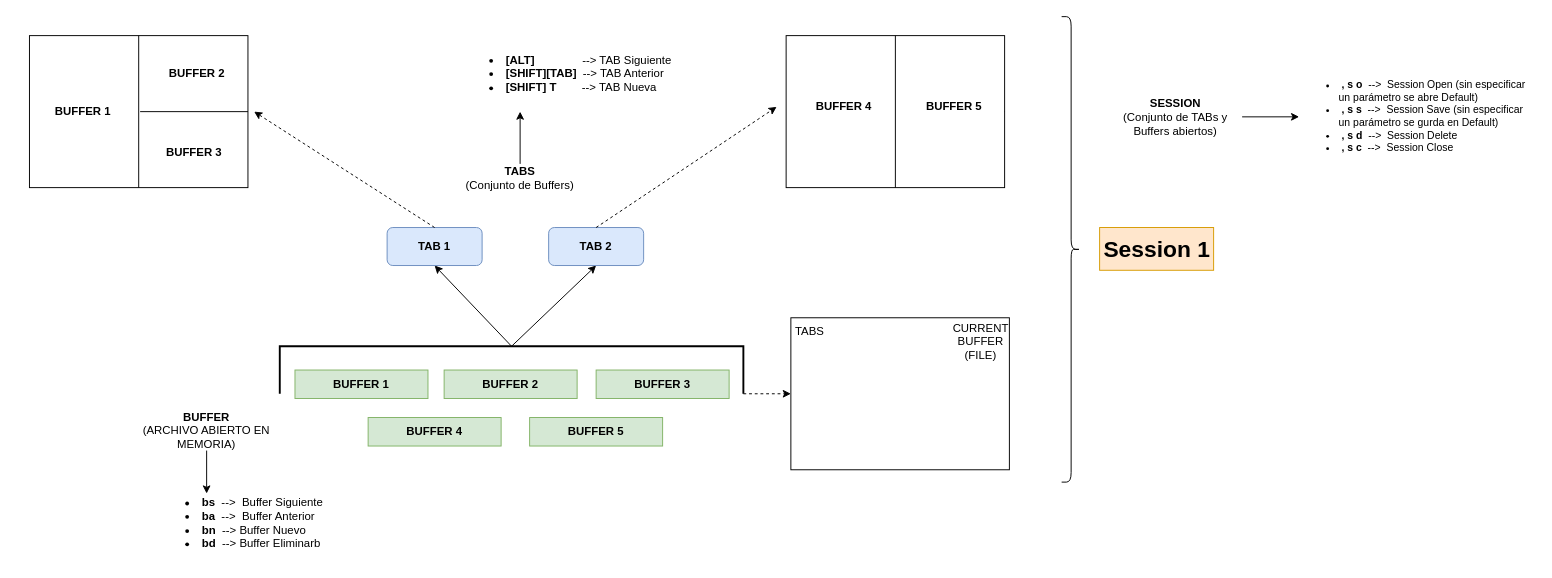
Earlier version of the draw.io diagram Documentacion/VIM Buffs Tabs Sessions Cuadro Conseptual.drawio (Ezee1015/My_VIM_Customization). Source tidied: cells renumbered, new cells numbered last; positions are measured from the earlier drawing's top-left corner, leaving out a move shared by most shapes. Both pictures are drawn from the tidied source at 95%, with x=0, y=0 at pixel (16, 16).
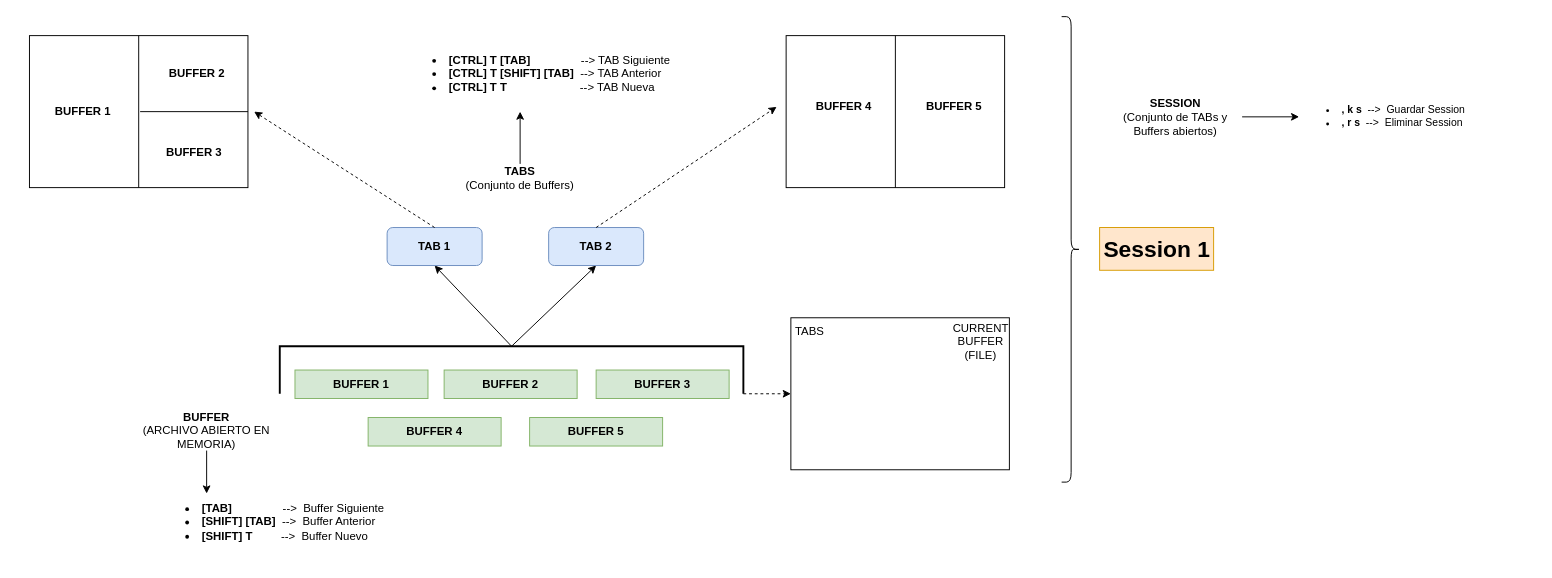
The same page after the edit.

Diff of the diagram source:
```diff
@@
-    <mxCell id="32" value="&lt;ul&gt;&lt;li&gt;&lt;b&gt;&amp;nbsp;bs&lt;/b&gt;&amp;nbsp; --&amp;gt;&amp;nbsp; Buffer Siguiente&lt;br&gt;&lt;/li&gt;&lt;li&gt;&lt;b&gt;&amp;nbsp;ba&lt;/b&gt;&amp;nbsp; --&amp;gt;&amp;nbsp; Buffer Anterior&lt;br&gt;&lt;/li&gt;&lt;li&gt;&lt;b&gt;&amp;nbsp;bn&lt;/b&gt;&amp;nbsp; --&amp;gt; Buffer Nuevo&lt;br&gt;&lt;/li&gt;&lt;li&gt;&lt;b&gt;&amp;nbsp;bd&lt;/b&gt;&amp;nbsp; --&amp;gt; Buffer Eliminarb&lt;br&gt;&lt;/li&gt;&lt;/ul&gt;" style="text;strokeColor=none;fillColor=none;html=1;whiteSpace=wrap;verticalAlign=middle;overflow=hidden;" parent="1" vertex="1">
+    <mxCell id="32" value="&lt;ul&gt;&lt;li&gt;&lt;b&gt;&amp;nbsp;[TAB]&lt;/b&gt;&amp;nbsp;&amp;nbsp;&amp;nbsp;&amp;nbsp;&amp;nbsp;&amp;nbsp;&amp;nbsp;&amp;nbsp;&amp;nbsp;&amp;nbsp;&amp;nbsp;&amp;nbsp;&amp;nbsp;&amp;nbsp;&amp;nbsp; --&amp;gt;&amp;nbsp; Buffer Siguiente&lt;br&gt;&lt;/li&gt;&lt;li&gt;&lt;b&gt;&amp;nbsp;[SHIFT] [TAB]&lt;/b&gt;&amp;nbsp; --&amp;gt;&amp;nbsp; Buffer Anterior&lt;br&gt;&lt;/li&gt;&lt;li&gt;&lt;b&gt;&amp;nbsp;[SHIFT] T&lt;/b&gt;&amp;nbsp;&amp;nbsp;&amp;nbsp;&amp;nbsp;&amp;nbsp;&amp;nbsp;&amp;nbsp;&amp;nbsp; --&amp;gt;&amp;nbsp; Buffer Nuevo&lt;/li&gt;&lt;/ul&gt;" style="text;strokeColor=none;fillColor=none;html=1;whiteSpace=wrap;verticalAlign=middle;overflow=hidden;" parent="1" vertex="1">
       <mxGeometry x="150" y="490" width="330" height="83" as="geometry" />
     </mxCell>
@@
-    <mxCell id="35" value="&lt;ul&gt;&lt;li&gt;&lt;b&gt;&amp;nbsp;[ALT]&lt;/b&gt;&amp;nbsp;&amp;nbsp;&amp;nbsp;&amp;nbsp;&amp;nbsp;&amp;nbsp;&amp;nbsp;&amp;nbsp;&amp;nbsp;&amp;nbsp;&amp;nbsp;&amp;nbsp;&amp;nbsp;&amp;nbsp; --&amp;gt; TAB Siguiente&lt;br&gt;&lt;/li&gt;&lt;li&gt;&amp;nbsp;&lt;b&gt;[SHIFT][TAB]&lt;/b&gt;&amp;nbsp; --&amp;gt; TAB Anterior&lt;br&gt;&lt;/li&gt;&lt;li&gt;&lt;b&gt;&amp;nbsp;[SHIFT] T&lt;/b&gt;&amp;nbsp;&amp;nbsp;&amp;nbsp; &amp;nbsp; &amp;nbsp; --&amp;gt; TAB Nueva&lt;br&gt;&lt;/li&gt;&lt;/ul&gt;" style="text;strokeColor=none;fillColor=none;html=1;whiteSpace=wrap;verticalAlign=middle;overflow=hidden;" parent="1" vertex="1">
-      <mxGeometry x="470" y="20" width="290" height="80" as="geometry" />
+    <mxCell id="35" value="&lt;ul&gt;&lt;li&gt;&lt;b&gt;&amp;nbsp;[CTRL] T [TAB]&lt;/b&gt; &amp;nbsp;&amp;nbsp;&amp;nbsp;&amp;nbsp;&amp;nbsp;&amp;nbsp;&amp;nbsp;&amp;nbsp;&amp;nbsp;&amp;nbsp;&amp;nbsp;&amp;nbsp; &amp;nbsp; --&amp;gt; TAB Siguiente&lt;br&gt;&lt;/li&gt;&lt;li&gt;&amp;nbsp;&lt;b&gt;[CTRL] T [SHIFT] [TAB]&lt;/b&gt;&amp;nbsp; --&amp;gt; TAB Anterior&lt;br&gt;&lt;/li&gt;&lt;li&gt;&lt;b&gt;&amp;nbsp;[CTRL] T T&lt;/b&gt;&amp;nbsp;&amp;nbsp;&amp;nbsp; &amp;nbsp; &amp;nbsp;&amp;nbsp;&amp;nbsp;&amp;nbsp;&amp;nbsp;&amp;nbsp;&amp;nbsp;&amp;nbsp;&amp;nbsp;&amp;nbsp;&amp;nbsp;&amp;nbsp;&amp;nbsp;&amp;nbsp;&amp;nbsp;&amp;nbsp; --&amp;gt; TAB Nueva&lt;br&gt;&lt;/li&gt;&lt;/ul&gt;" style="text;strokeColor=none;fillColor=none;html=1;whiteSpace=wrap;verticalAlign=middle;overflow=hidden;" parent="1" vertex="1">
+      <mxGeometry x="410" y="20" width="290" height="80" as="geometry" />
     </mxCell>
@@
-    <mxCell id="38" value="&lt;ul style=&quot;font-size: 11px&quot;&gt;&lt;li&gt;&lt;font style=&quot;font-size: 11px&quot;&gt;&lt;b&gt;&amp;nbsp;, s o&lt;/b&gt;&amp;nbsp; --&amp;gt;&amp;nbsp; Session Open&lt;/font&gt;&lt;font style=&quot;font-size: 11px&quot;&gt; (sin especificar un parámetro se abre Default)&lt;/font&gt;&lt;/li&gt;&lt;li&gt;&lt;font style=&quot;font-size: 11px&quot;&gt;&lt;b&gt;&amp;nbsp;, s s&amp;nbsp;&lt;/b&gt; --&amp;gt;&amp;nbsp; Session Save (sin especificar un parámetro se gurda en Default)&lt;br&gt;&lt;/font&gt;&lt;/li&gt;&lt;li&gt;&lt;font style=&quot;font-size: 11px&quot;&gt;&lt;b&gt;&amp;nbsp;, s d&amp;nbsp;&lt;/b&gt; --&amp;gt;&amp;nbsp; Session Delete&lt;br&gt;&lt;/font&gt;&lt;/li&gt;&lt;li&gt;&lt;font style=&quot;font-size: 11px&quot;&gt;&amp;nbsp;&lt;b&gt;, s c&amp;nbsp;&lt;/b&gt; --&amp;gt;&amp;nbsp; Session Close&lt;br&gt;&lt;/font&gt;&lt;/li&gt;&lt;/ul&gt;" style="text;strokeColor=none;fillColor=none;html=1;whiteSpace=wrap;verticalAlign=middle;overflow=hidden;" parent="1" vertex="1">
+    <mxCell id="38" value="&lt;ul style=&quot;font-size: 11px&quot;&gt;&lt;li&gt;&lt;font style=&quot;font-size: 11px&quot;&gt;&lt;b&gt;&amp;nbsp;, k s&amp;nbsp;&lt;/b&gt; --&amp;gt;&amp;nbsp; Guardar Session&lt;br&gt;&lt;/font&gt;&lt;/li&gt;&lt;li&gt;&lt;font style=&quot;font-size: 11px&quot;&gt;&lt;b&gt;&amp;nbsp;, r s&amp;nbsp;&lt;/b&gt; --&amp;gt;&amp;nbsp; Eliminar Session&lt;br&gt;&lt;/font&gt;&lt;/li&gt;&lt;/ul&gt;" style="text;strokeColor=none;fillColor=none;html=1;whiteSpace=wrap;verticalAlign=middle;overflow=hidden;" parent="1" vertex="1">
       <mxGeometry x="1350" y="53.2" width="250" height="104.5" as="geometry" />
     </mxCell>
```
